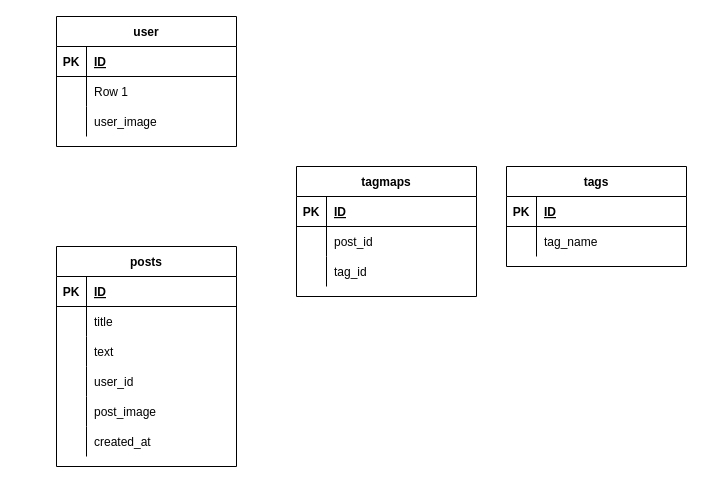
This is docs/ER.drawio from 3582/Rails_portfolio, a draw.io file, before an edit. Source tidied: cells renumbered, new cells numbered last; positions are measured from the earlier drawing's top-left corner, leaving out a move shared by most shapes. Both pictures are drawn from the tidied source at 100%, with x=0, y=0 at pixel (56, 16).
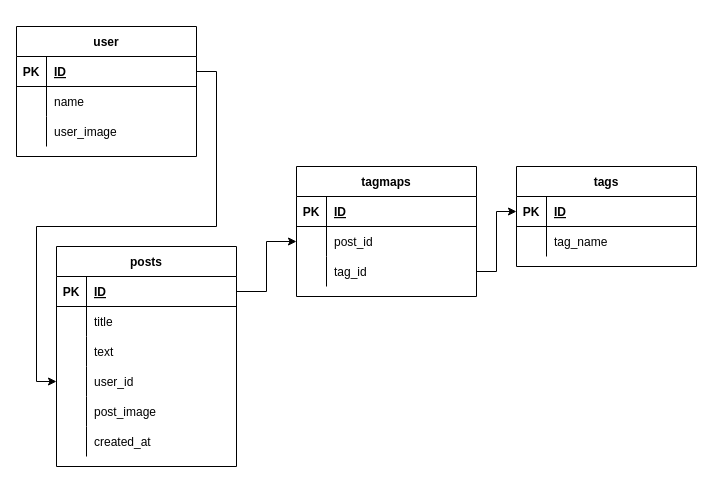
The same page after the edit.

Commit message:
ER.drawio を更新します

Unchanged cells that the change refers to:
```xml
<mxCell id="3" style="shape=partialRectangle;fillColor=none;top=0;left=0;bottom=1;right=0;points=[[0,0.5],[1,0.5]];portConstraint=eastwest;" parent="2" vertex="1">
  <mxGeometry y="30" width="180" height="30" as="geometry" />
</mxCell>
<mxCell id="6" style="shape=partialRectangle;fillColor=none;top=0;left=0;bottom=0;right=0;" parent="2" vertex="1">
  <mxGeometry y="60" width="180" height="30" as="geometry" />
</mxCell>
<mxCell id="13" style="shape=partialRectangle;fillColor=none;top=0;left=0;bottom=1;right=0;points=[[0,0.5],[1,0.5]];portConstraint=eastwest;" parent="12" vertex="1">
  <mxGeometry y="30" width="180" height="30" as="geometry" />
</mxCell>
<mxCell id="22" style="shape=partialRectangle;fillColor=none;top=0;left=0;bottom=0;right=0;points=[[0,0.5],[1,0.5]];portConstraint=eastwest;" parent="12" vertex="1">
  <mxGeometry y="120" width="180" height="30" as="geometry" />
</mxCell>
<mxCell id="35" style="shape=partialRectangle;fillColor=none;top=0;left=0;bottom=0;right=0;points=[[0,0.5],[1,0.5]];portConstraint=eastwest;" parent="31" vertex="1">
  <mxGeometry y="60" width="180" height="30" as="geometry" />
</mxCell>
<mxCell id="38" style="shape=partialRectangle;fillColor=none;top=0;left=0;bottom=0;right=0;points=[[0,0.5],[1,0.5]];portConstraint=eastwest;" parent="31" vertex="1">
  <mxGeometry y="90" width="180" height="30" as="geometry" />
</mxCell>
<mxCell id="42" style="shape=partialRectangle;fillColor=none;top=0;left=0;bottom=1;right=0;points=[[0,0.5],[1,0.5]];portConstraint=eastwest;" parent="41" vertex="1">
  <mxGeometry y="30" width="180" height="30" as="geometry" />
</mxCell>
```

The edit, as a diff of the source:
```diff
@@
     <mxCell id="2" value="user" style="shape=table;startSize=30;childLayout=tableLayout;rowLines=0;fontStyle=1;align=center;" parent="1" vertex="1">
-      <mxGeometry width="180" height="130" as="geometry" />
+      <mxGeometry x="-40" y="10" width="180" height="130" as="geometry" />
     </mxCell>
@@
-    <mxCell id="8" value="Row 1" style="shape=partialRectangle;fillColor=none;top=0;left=0;bottom=0;right=0;align=left;spacingLeft=6;overflow=hidden;" parent="6" vertex="1">
+    <mxCell id="8" value="name" style="shape=partialRectangle;fillColor=none;top=0;left=0;bottom=0;right=0;align=left;spacingLeft=6;overflow=hidden;" parent="6" vertex="1">
       <mxGeometry x="30" width="150" height="30" as="geometry" />
     </mxCell>
@@
     <mxCell id="41" value="tags" style="shape=table;startSize=30;childLayout=tableLayout;rowLines=0;fontStyle=1;align=center;" parent="1" vertex="1">
-      <mxGeometry x="450" y="150" width="180" height="100" as="geometry" />
+      <mxGeometry x="460" y="150" width="180" height="100" as="geometry" />
     </mxCell>
@@
+    <mxCell id="48" style="edgeStyle=orthogonalEdgeStyle;rounded=0;jettySize=auto;html=1;exitX=1;exitY=0.5;exitDx=0;exitDy=0;entryX=0;entryY=0.5;entryDx=0;entryDy=0;" parent="1" edge="1" source="13" target="35">
+      <mxGeometry relative="1" as="geometry" />
+    </mxCell>
+    <mxCell id="49" style="edgeStyle=orthogonalEdgeStyle;rounded=0;jettySize=auto;html=1;entryX=0;entryY=0.5;entryDx=0;entryDy=0;" parent="1" edge="1" source="38" target="42">
+      <mxGeometry relative="1" as="geometry" />
+    </mxCell>
+    <mxCell id="50" style="edgeStyle=orthogonalEdgeStyle;rounded=0;jettySize=auto;html=1;exitX=1;exitY=0.5;exitDx=0;exitDy=0;entryX=0;entryY=0.5;entryDx=0;entryDy=0;" parent="1" edge="1" source="3" target="22">
+      <mxGeometry relative="1" as="geometry" />
+    </mxCell>
```
